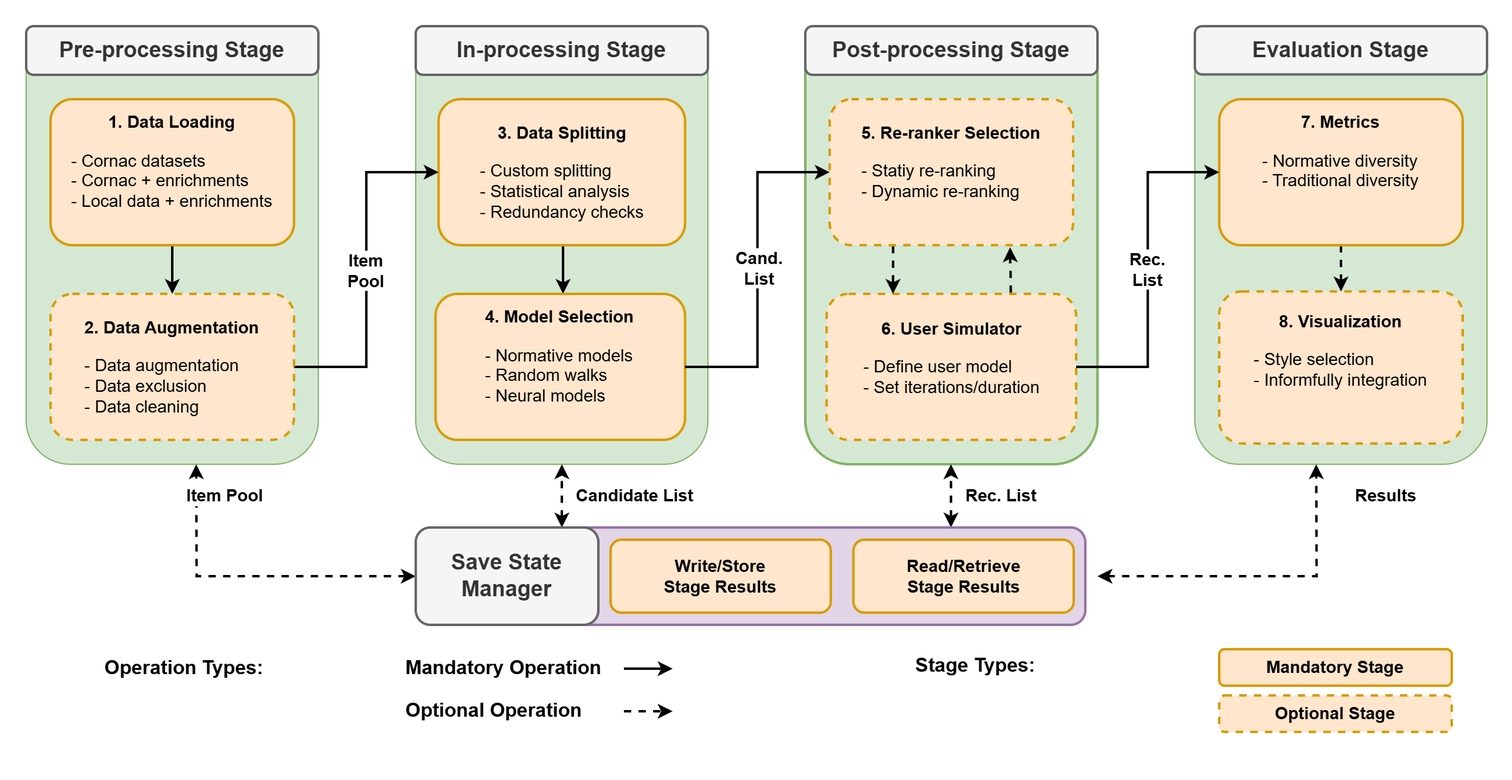
Above: docs/source/uml/framework_extension_v4.2.png in Informfully/Documentation (draw.io), before the change. Source tidied: cells renumbered, new cells last; positions are measured from the earlier drawing's top-left corner, leaving out a move shared by most shapes.
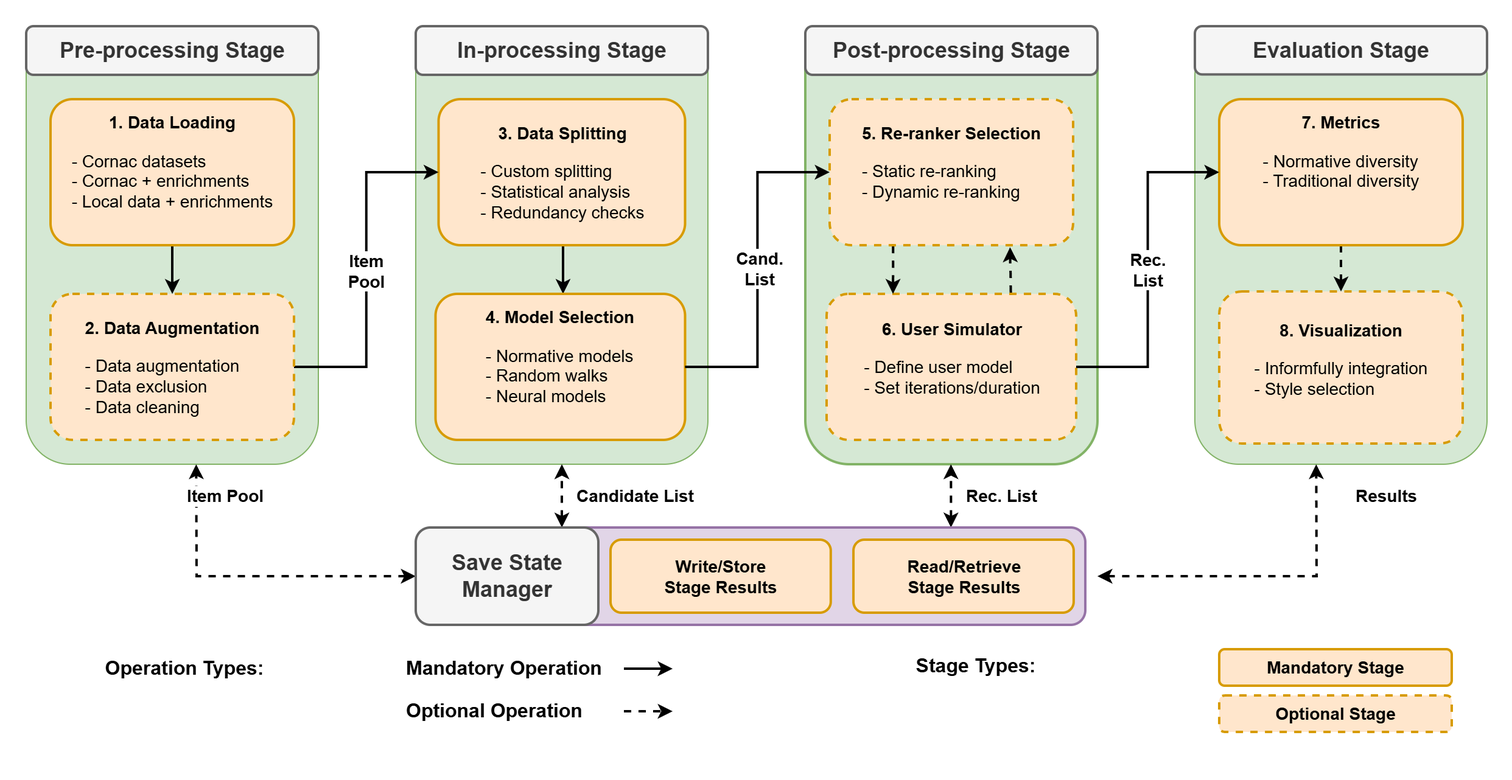
The same file after the commit.

Commit message:
Updated recommender pipeline diagram

The edit, as a diff of the source:
```diff
@@ -72,10 +72,10 @@
     <mxCell id="21" value="&lt;font style=&quot;font-weight: bold ; font-size: 14px&quot;&gt;7. Metrics&lt;/font&gt;&lt;br&gt;&lt;br&gt;&lt;div style=&quot;text-align: left&quot;&gt;&lt;span style=&quot;background-color: transparent; color: light-dark(rgb(0, 0, 0), rgb(255, 255, 255));&quot;&gt;&lt;font style=&quot;font-size: 14px;&quot;&gt;- Normative diversity&lt;/font&gt;&lt;/span&gt;&lt;/div&gt;&lt;div style=&quot;text-align: left&quot;&gt;&lt;span style=&quot;font-size: 14px;&quot;&gt;- Traditional diversity&lt;/span&gt;&lt;/div&gt;&lt;div style=&quot;text-align: left&quot;&gt;&lt;span style=&quot;font-size: 14px;&quot;&gt;&lt;br&gt;&lt;/span&gt;&lt;/div&gt;&lt;div style=&quot;text-align: left&quot;&gt;&lt;span style=&quot;font-size: 14px;&quot;&gt;&lt;br&gt;&lt;/span&gt;&lt;/div&gt;" style="rounded=1;whiteSpace=wrap;html=1;fillColor=#ffe6cc;strokeColor=#d79b00;strokeWidth=2;" parent="1" vertex="1">
       <mxGeometry x="980" y="60" width="200" height="120" as="geometry" />
     </mxCell>
-    <mxCell id="22" value="&lt;font style=&quot;font-weight: bold ; font-size: 14px&quot;&gt;8. Visualization&lt;/font&gt;&lt;br&gt;&lt;br&gt;&lt;div style=&quot;text-align: left&quot;&gt;&lt;span style=&quot;background-color: transparent; color: light-dark(rgb(0, 0, 0), rgb(255, 255, 255));&quot;&gt;&lt;font style=&quot;font-size: 14px;&quot;&gt;- Style selection&lt;/font&gt;&lt;/span&gt;&lt;/div&gt;&lt;div style=&quot;text-align: left&quot;&gt;&lt;span style=&quot;background-color: transparent; color: light-dark(rgb(0, 0, 0), rgb(255, 255, 255));&quot;&gt;&lt;font style=&quot;font-size: 14px;&quot;&gt;- Informfully integration&lt;/font&gt;&lt;/span&gt;&lt;/div&gt;&lt;div style=&quot;text-align: left&quot;&gt;&lt;span&gt;&lt;br&gt;&lt;/span&gt;&lt;/div&gt;&lt;div style=&quot;text-align: left&quot;&gt;&lt;span&gt;&lt;br&gt;&lt;/span&gt;&lt;/div&gt;" style="rounded=1;whiteSpace=wrap;html=1;fillColor=#ffe6cc;strokeColor=#d79b00;strokeWidth=2;dashed=1;" parent="1" vertex="1">
+    <mxCell id="22" value="&lt;font style=&quot;font-weight: bold ; font-size: 14px&quot;&gt;8. Visualization&lt;/font&gt;&lt;br&gt;&lt;br&gt;&lt;div style=&quot;text-align: left&quot;&gt;&lt;span style=&quot;background-color: transparent; color: light-dark(rgb(0, 0, 0), rgb(255, 255, 255));&quot;&gt;&lt;font style=&quot;font-size: 14px;&quot;&gt;-&amp;nbsp;&lt;/font&gt;&lt;/span&gt;&lt;span style=&quot;font-size: 14px; background-color: transparent; color: light-dark(rgb(0, 0, 0), rgb(255, 255, 255));&quot;&gt;Informfully integration&lt;/span&gt;&lt;/div&gt;&lt;div style=&quot;text-align: left&quot;&gt;&lt;span style=&quot;background-color: transparent; color: light-dark(rgb(0, 0, 0), rgb(255, 255, 255));&quot;&gt;&lt;font style=&quot;font-size: 14px;&quot;&gt;- Style selection&lt;/font&gt;&lt;/span&gt;&lt;/div&gt;&lt;div style=&quot;text-align: left&quot;&gt;&lt;span&gt;&lt;br&gt;&lt;/span&gt;&lt;/div&gt;" style="rounded=1;whiteSpace=wrap;html=1;fillColor=#ffe6cc;strokeColor=#d79b00;strokeWidth=2;dashed=1;" parent="1" vertex="1">
       <mxGeometry x="980" y="218" width="200" height="125" as="geometry" />
     </mxCell>
-    <mxCell id="23" value="&lt;b&gt;&lt;font style=&quot;font-size: 14px&quot;&gt;5. Re-ranker Selection&lt;/font&gt;&lt;/b&gt;&lt;br&gt;&lt;br&gt;&lt;div style=&quot;text-align: left;&quot;&gt;&lt;font style=&quot;font-size: 14px;&quot;&gt;&lt;span style=&quot;font-weight: normal; background-color: transparent; color: light-dark(rgb(0, 0, 0), rgb(255, 255, 255));&quot;&gt;-&amp;nbsp;&lt;/span&gt;&lt;span style=&quot;background-color: transparent; color: light-dark(rgb(0, 0, 0), rgb(255, 255, 255));&quot;&gt;Statiy re-ranking&lt;/span&gt;&lt;/font&gt;&lt;/div&gt;&lt;div style=&quot;text-align: left;&quot;&gt;&lt;span style=&quot;font-weight: normal; background-color: transparent; color: light-dark(rgb(0, 0, 0), rgb(255, 255, 255));&quot;&gt;&lt;font style=&quot;font-size: 14px;&quot;&gt;- Dynamic re-ranking&lt;/font&gt;&lt;/span&gt;&lt;/div&gt;&lt;div style=&quot;text-align: left&quot;&gt;&lt;font style=&quot;font-size: 14px;&quot;&gt;&lt;br&gt;&lt;/font&gt;&lt;/div&gt;" style="rounded=1;whiteSpace=wrap;html=1;fillColor=#ffe6cc;strokeColor=#d79b00;dashed=1;strokeWidth=2;" parent="1" vertex="1">
+    <mxCell id="23" value="&lt;b&gt;&lt;font style=&quot;font-size: 14px&quot;&gt;5. Re-ranker Selection&lt;/font&gt;&lt;/b&gt;&lt;br&gt;&lt;br&gt;&lt;div style=&quot;text-align: left;&quot;&gt;&lt;font style=&quot;font-size: 14px;&quot;&gt;&lt;span style=&quot;font-weight: normal; background-color: transparent; color: light-dark(rgb(0, 0, 0), rgb(255, 255, 255));&quot;&gt;-&amp;nbsp;&lt;/span&gt;&lt;span style=&quot;background-color: transparent; color: light-dark(rgb(0, 0, 0), rgb(255, 255, 255));&quot;&gt;Static re-ranking&lt;/span&gt;&lt;/font&gt;&lt;/div&gt;&lt;div style=&quot;text-align: left;&quot;&gt;&lt;span style=&quot;font-weight: normal; background-color: transparent; color: light-dark(rgb(0, 0, 0), rgb(255, 255, 255));&quot;&gt;&lt;font style=&quot;font-size: 14px;&quot;&gt;- Dynamic re-ranking&lt;/font&gt;&lt;/span&gt;&lt;/div&gt;&lt;div style=&quot;text-align: left&quot;&gt;&lt;font style=&quot;font-size: 14px;&quot;&gt;&lt;br&gt;&lt;/font&gt;&lt;/div&gt;" style="rounded=1;whiteSpace=wrap;html=1;fillColor=#ffe6cc;strokeColor=#d79b00;dashed=1;strokeWidth=2;" parent="1" vertex="1">
       <mxGeometry x="660" y="60" width="200" height="120" as="geometry" />
     </mxCell>
     <mxCell id="24" style="edgeStyle=orthogonalEdgeStyle;rounded=0;jettySize=auto;html=1;exitX=0.5;exitY=1;exitDx=0;exitDy=0;entryX=0.5;entryY=0;entryDx=0;entryDy=0;strokeWidth=2;" parent="1" edge="1" source="25" target="32">
```
